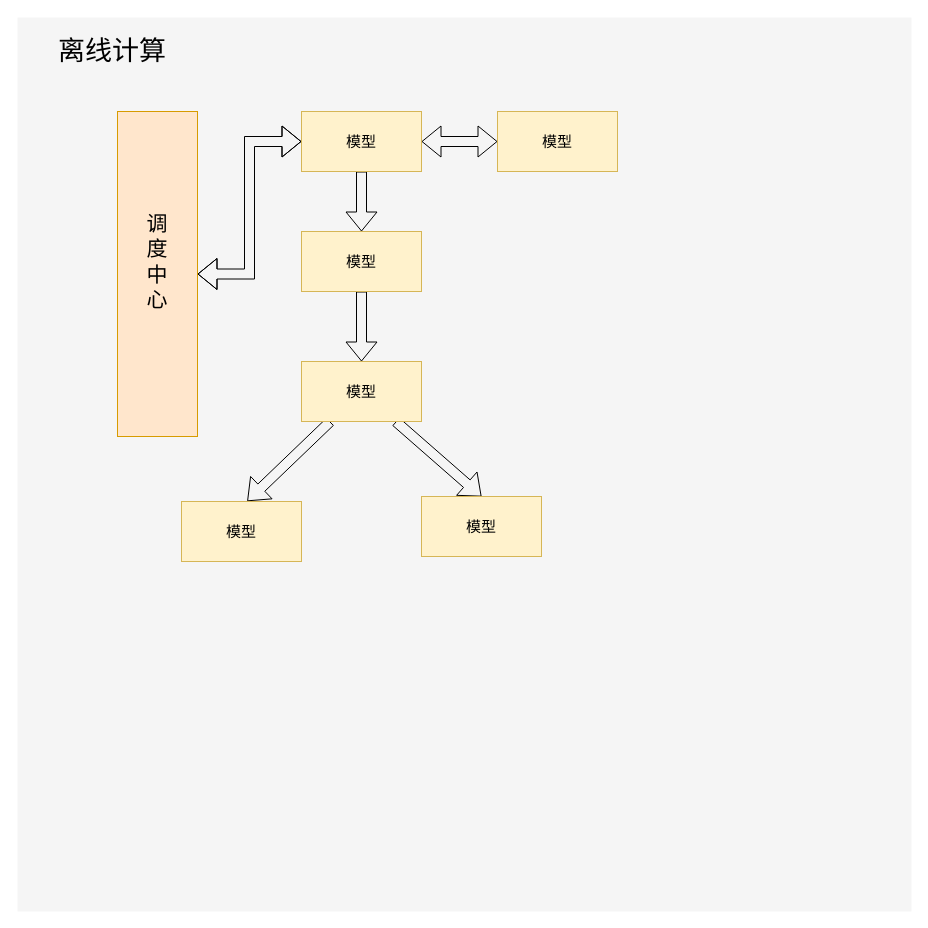
Before: offline_counting.drawio in cjaack2/Images_Repository, a draw.io diagram. Source tidied: cells renumbered, new cells numbered last; positions are measured from the earlier drawing's top-left corner, leaving out a move shared by most shapes. Both pictures are drawn from the tidied source at 100%, with x=0, y=0 at pixel (17, 17).
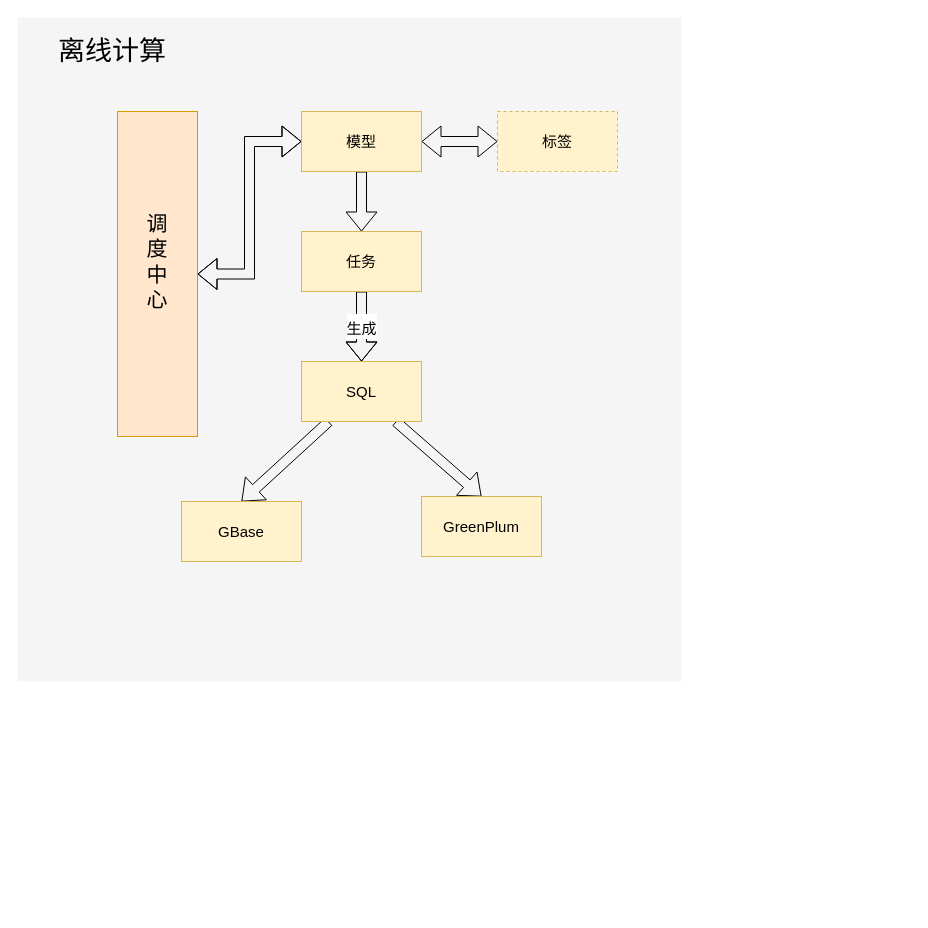
The same page after the edit.

What changed in the source:
```diff
@@
 <mxGraphModel>
   <root>
     <mxCell id="0" />
     <mxCell id="1" parent="0" />
     <mxCell id="2" style="whiteSpace=wrap;html=1;fillColor=#f5f5f5;fontColor=#333333;strokeColor=none;" parent="1" vertex="1">
-      <mxGeometry width="894" height="894" as="geometry" />
+      <mxGeometry width="664" height="664" as="geometry" />
     </mxCell>
     <mxCell id="3" style="edgeStyle=orthogonalEdgeStyle;shape=flexArrow;rounded=1;jettySize=auto;html=1;shadow=0;startArrow=none;fontSize=21;startFill=0;" parent="1" edge="1" source="5" target="7">
       <mxGeometry relative="1" as="geometry" />
     </mxCell>
     <mxCell id="4" style="edgeStyle=orthogonalEdgeStyle;shape=flexArrow;rounded=1;jettySize=auto;html=1;entryX=0;entryY=0.5;entryDx=0;entryDy=0;shadow=0;startArrow=block;startFill=0;fontSize=21;" parent="1" edge="1" source="5" target="11">
       <mxGeometry relative="1" as="geometry" />
     </mxCell>
     <mxCell id="5" value="&lt;font style=&quot;font-size: 15px&quot;&gt;模型&lt;/font&gt;" style="rounded=0;whiteSpace=wrap;html=1;fillColor=#fff2cc;strokeColor=#d6b656;" parent="1" vertex="1">
       <mxGeometry x="284" y="94" width="120" height="60" as="geometry" />
     </mxCell>
-    <mxCell id="6" style="edgeStyle=orthogonalEdgeStyle;shape=flexArrow;rounded=1;jettySize=auto;html=1;entryX=0.5;entryY=0;entryDx=0;entryDy=0;shadow=0;startArrow=none;startFill=0;fontSize=21;" parent="1" edge="1" source="7" target="10">
-      <mxGeometry relative="1" as="geometry" />
+    <mxCell id="6" value="&lt;font style=&quot;font-size: 15px&quot;&gt;生成&lt;/font&gt;" style="edgeStyle=orthogonalEdgeStyle;shape=flexArrow;rounded=1;jettySize=auto;html=1;entryX=0.5;entryY=0;entryDx=0;entryDy=0;shadow=0;startArrow=none;startFill=0;fontSize=21;" parent="1" edge="1" source="7" target="10">
+      <mxGeometry relative="1" as="geometry">
+        <Array as="points">
+          <mxPoint x="344" y="304" />
+          <mxPoint x="344" y="304" />
+        </Array>
+      </mxGeometry>
     </mxCell>
-    <mxCell id="7" value="&lt;font style=&quot;font-size: 15px&quot;&gt;模型&lt;/font&gt;" style="rounded=0;whiteSpace=wrap;html=1;fillColor=#fff2cc;strokeColor=#d6b656;" parent="1" vertex="1">
+    <mxCell id="7" value="&lt;font style=&quot;font-size: 15px&quot;&gt;任务&lt;/font&gt;" style="rounded=0;whiteSpace=wrap;html=1;fillColor=#fff2cc;strokeColor=#d6b656;" parent="1" vertex="1">
       <mxGeometry x="284" y="214" width="120" height="60" as="geometry" />
     </mxCell>
-    <mxCell id="8" style="shape=flexArrow;rounded=1;jettySize=auto;html=1;entryX=0.257;entryY=0.541;entryDx=0;entryDy=0;entryPerimeter=0;shadow=0;startArrow=none;startFill=0;fontSize=21;" parent="1" edge="1" source="10" target="2">
-      <mxGeometry relative="1" as="geometry" />
-    </mxCell>
     <mxCell id="9" style="shape=flexArrow;rounded=1;jettySize=auto;html=1;entryX=0.5;entryY=0;entryDx=0;entryDy=0;shadow=0;startArrow=none;startFill=0;fontSize=21;" parent="1" edge="1" source="10" target="13">
       <mxGeometry relative="1" as="geometry" />
     </mxCell>
+    <mxCell id="18" style="edgeStyle=none;shape=flexArrow;rounded=1;jettySize=auto;html=1;entryX=0.5;entryY=0;entryDx=0;entryDy=0;shadow=0;startArrow=none;startFill=0;fontSize=21;" parent="1" edge="1" source="10" target="12">
+      <mxGeometry relative="1" as="geometry" />
+    </mxCell>
-    <mxCell id="10" value="&lt;font style=&quot;font-size: 15px&quot;&gt;模型&lt;/font&gt;" style="rounded=0;whiteSpace=wrap;html=1;fillColor=#fff2cc;strokeColor=#d6b656;" parent="1" vertex="1">
+    <mxCell id="10" value="&lt;font style=&quot;font-size: 15px&quot;&gt;SQL&lt;/font&gt;" style="rounded=0;whiteSpace=wrap;html=1;fillColor=#fff2cc;strokeColor=#d6b656;" parent="1" vertex="1">
       <mxGeometry x="284" y="344" width="120" height="60" as="geometry" />
     </mxCell>
-    <mxCell id="11" value="&lt;font style=&quot;font-size: 15px&quot;&gt;模型&lt;/font&gt;" style="rounded=0;whiteSpace=wrap;html=1;fillColor=#fff2cc;strokeColor=#d6b656;" parent="1" vertex="1">
+    <mxCell id="11" value="&lt;span style=&quot;font-size: 15px&quot;&gt;标签&lt;/span&gt;" style="rounded=0;whiteSpace=wrap;html=1;fillColor=#fff2cc;strokeColor=#d6b656;dashed=1;" parent="1" vertex="1">
       <mxGeometry x="480" y="94" width="120" height="60" as="geometry" />
     </mxCell>
-    <mxCell id="12" value="&lt;font style=&quot;font-size: 15px&quot;&gt;模型&lt;/font&gt;" style="rounded=0;whiteSpace=wrap;html=1;fillColor=#fff2cc;strokeColor=#d6b656;" parent="1" vertex="1">
+    <mxCell id="12" value="&lt;font style=&quot;font-size: 15px&quot;&gt;GBase&lt;/font&gt;" style="rounded=0;whiteSpace=wrap;html=1;fillColor=#fff2cc;strokeColor=#d6b656;" parent="1" vertex="1">
       <mxGeometry x="164" y="484" width="120" height="60" as="geometry" />
     </mxCell>
-    <mxCell id="13" value="&lt;font style=&quot;font-size: 15px&quot;&gt;模型&lt;/font&gt;" style="rounded=0;whiteSpace=wrap;html=1;fillColor=#fff2cc;strokeColor=#d6b656;" parent="1" vertex="1">
+    <mxCell id="13" value="&lt;font style=&quot;font-size: 15px&quot;&gt;GreenPlum&lt;/font&gt;" style="rounded=0;whiteSpace=wrap;html=1;fillColor=#fff2cc;strokeColor=#d6b656;" parent="1" vertex="1">
       <mxGeometry x="404" y="479" width="120" height="60" as="geometry" />
     </mxCell>
     <mxCell id="14" style="rounded=0;jettySize=auto;html=1;fontSize=21;edgeStyle=orthogonalEdgeStyle;shape=flexArrow;startArrow=block;" parent="1" edge="1" source="15" target="5">
       <mxGeometry relative="1" as="geometry" />
     </mxCell>
     <mxCell id="15" style="rounded=0;whiteSpace=wrap;html=1;fillColor=#ffe6cc;strokeColor=#d79b00;" parent="1" vertex="1">
       <mxGeometry x="100" y="94" width="80" height="325" as="geometry" />
     </mxCell>
     <mxCell id="16" value="离线计算&lt;br style=&quot;font-size: 27px;&quot;&gt;" style="text;html=1;strokeColor=none;fillColor=none;align=center;verticalAlign=middle;whiteSpace=wrap;rounded=0;fontSize=27;" parent="1" vertex="1">
       <mxGeometry x="40" y="24" width="110" height="20" as="geometry" />
     </mxCell>
     <mxCell id="17" value="调度中心" style="text;html=1;strokeColor=none;fillColor=none;align=center;verticalAlign=middle;whiteSpace=wrap;rounded=0;fontSize=21;" parent="1" vertex="1">
       <mxGeometry x="120" y="149" width="40" height="190" as="geometry" />
     </mxCell>
   </root>
 </mxGraphModel>
```
